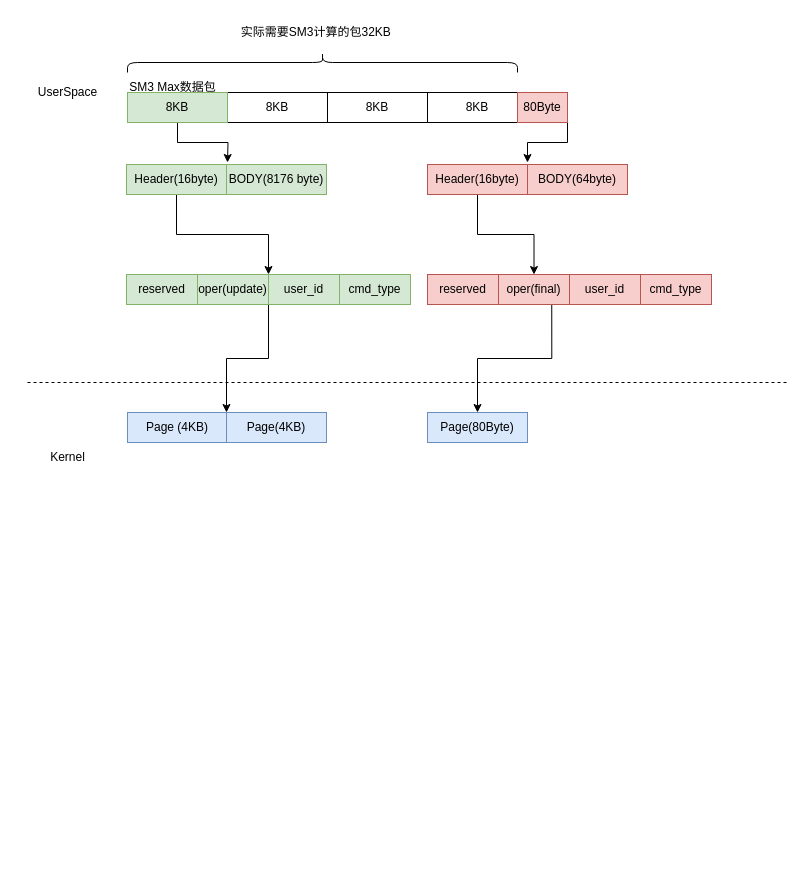
Before: serica/SM3.drawio in easycody/draw.io, a draw.io diagram. Source tidied: cells renumbered, new cells numbered last; positions are measured from the earlier drawing's top-left corner, leaving out a move shared by most shapes. Both pictures are drawn from the tidied source at 100%, with x=0, y=0 at pixel (27, -133).
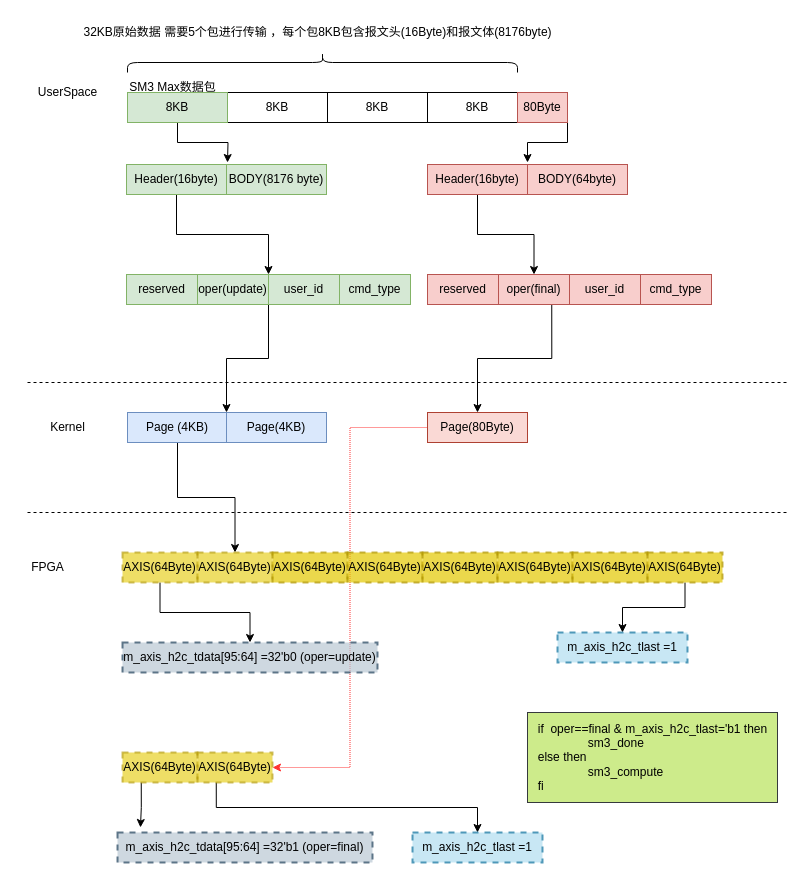
After the change.

Unchanged cells that the change refers to:
```xml
<mxCell id="31" value="Page (4KB)" style="rounded=0;whiteSpace=wrap;html=1;fillColor=#dae8fc;strokeColor=#6c8ebf;" parent="1" vertex="1">
  <mxGeometry x="100" y="545" width="100" height="30" as="geometry" />
</mxCell>
```

Diff of the diagram source:
```diff
@@
-    <mxCell id="8" value="实际需要SM3计算的包32KB&amp;nbsp;" style="text;html=1;align=center;verticalAlign=middle;strokeColor=none;fillColor=none;" parent="1" vertex="1">
-      <mxGeometry x="200" y="150" width="180" height="30" as="geometry" />
+    <mxCell id="8" value="32KB原始数据 需要5个包进行传输 ，每个包8KB包含报文头(16Byte)和报文体(8176byte)" style="text;html=1;align=center;verticalAlign=middle;strokeColor=none;fillColor=none;" parent="1" vertex="1">
+      <mxGeometry x="45" y="150" width="490" height="30" as="geometry" />
     </mxCell>
@@
     <mxCell id="30" value="Kernel" style="text;html=1;align=center;verticalAlign=middle;strokeColor=none;fillColor=none;" parent="1" vertex="1">
-      <mxGeometry x="10" y="575" width="60" height="30" as="geometry" />
+      <mxGeometry x="10" y="545" width="60" height="30" as="geometry" />
     </mxCell>
+    <mxCell id="35" style="edgeStyle=orthogonalEdgeStyle;rounded=0;jettySize=auto;html=1;" parent="1" edge="1" source="31" target="41">
+      <mxGeometry relative="1" as="geometry" />
+    </mxCell>
@@
+    <mxCell id="36" style="edgeStyle=orthogonalEdgeStyle;rounded=0;jettySize=auto;html=1;entryX=1;entryY=0.5;entryDx=0;entryDy=0;dashed=1;dashPattern=1 1;strokeColor=#FF3333;" parent="1" edge="1" source="34" target="54">
+      <mxGeometry relative="1" as="geometry" />
+    </mxCell>
-    <mxCell id="34" value="Page(80Byte)" style="rounded=0;whiteSpace=wrap;html=1;fillColor=#dae8fc;strokeColor=#6c8ebf;" parent="1" vertex="1">
+    <mxCell id="34" value="Page(80Byte)" style="rounded=0;whiteSpace=wrap;html=1;fillColor=#fad9d5;strokeColor=#ae4132;" parent="1" vertex="1">
       <mxGeometry x="400" y="545" width="100" height="30" as="geometry" />
     </mxCell>
+    <mxCell id="37" style="endArrow=none;dashed=1;html=1;rounded=0;" parent="1" edge="1">
+      <mxGeometry relative="1" as="geometry">
+        <mxPoint y="645" as="sourcePoint" />
+        <mxPoint x="760" y="645" as="targetPoint" />
+      </mxGeometry>
+    </mxCell>
+    <mxCell id="38" value="FPGA" style="text;html=1;align=center;verticalAlign=middle;strokeColor=none;fillColor=none;" parent="1" vertex="1">
+      <mxGeometry x="-10" y="685" width="60" height="30" as="geometry" />
+    </mxCell>
+    <mxCell id="39" style="edgeStyle=orthogonalEdgeStyle;rounded=0;jettySize=auto;html=1;" parent="1" edge="1" source="40" target="50">
+      <mxGeometry relative="1" as="geometry" />
+    </mxCell>
+    <mxCell id="40" value="AXIS(64Byte)" style="rounded=0;whiteSpace=wrap;html=1;fillColor=#e3c800;strokeColor=#B09500;fontColor=#000000;dashed=1;strokeWidth=2;opacity=60;" parent="1" vertex="1">
+      <mxGeometry x="95" y="685" width="75" height="30" as="geometry" />
+    </mxCell>
+    <mxCell id="41" value="AXIS(64Byte)" style="rounded=0;whiteSpace=wrap;html=1;fillColor=#e3c800;strokeColor=#B09500;fontColor=#000000;dashed=1;strokeWidth=2;opacity=60;" parent="1" vertex="1">
+      <mxGeometry x="170" y="685" width="75" height="30" as="geometry" />
+    </mxCell>
+    <mxCell id="42" value="AXIS(64Byte)" style="rounded=0;whiteSpace=wrap;html=1;fillColor=#e3c800;strokeColor=#B09500;fontColor=#000000;dashed=1;strokeWidth=2;opacity=70;" parent="1" vertex="1">
+      <mxGeometry x="245" y="685" width="75" height="30" as="geometry" />
+    </mxCell>
+    <mxCell id="43" value="AXIS(64Byte)" style="rounded=0;whiteSpace=wrap;html=1;fillColor=#e3c800;strokeColor=#B09500;fontColor=#000000;dashed=1;strokeWidth=2;opacity=70;" parent="1" vertex="1">
+      <mxGeometry x="320" y="685" width="75" height="30" as="geometry" />
+    </mxCell>
+    <mxCell id="44" value="AXIS(64Byte)" style="rounded=0;whiteSpace=wrap;html=1;fillColor=#e3c800;strokeColor=#B09500;fontColor=#000000;dashed=1;strokeWidth=2;opacity=70;" parent="1" vertex="1">
+      <mxGeometry x="395" y="685" width="75" height="30" as="geometry" />
+    </mxCell>
+    <mxCell id="45" value="AXIS(64Byte)" style="rounded=0;whiteSpace=wrap;html=1;fillColor=#e3c800;strokeColor=#B09500;fontColor=#000000;dashed=1;strokeWidth=2;opacity=70;" parent="1" vertex="1">
+      <mxGeometry x="470" y="685" width="75" height="30" as="geometry" />
+    </mxCell>
+    <mxCell id="46" value="AXIS(64Byte)" style="rounded=0;whiteSpace=wrap;html=1;fillColor=#e3c800;strokeColor=#B09500;fontColor=#000000;dashed=1;strokeWidth=2;opacity=70;" parent="1" vertex="1">
+      <mxGeometry x="545" y="685" width="75" height="30" as="geometry" />
+    </mxCell>
+    <mxCell id="47" style="edgeStyle=orthogonalEdgeStyle;rounded=0;jettySize=auto;html=1;" parent="1" edge="1" source="48" target="49">
+      <mxGeometry relative="1" as="geometry" />
+    </mxCell>
+    <mxCell id="48" value="AXIS(64Byte)" style="rounded=0;whiteSpace=wrap;html=1;fillColor=#e3c800;strokeColor=#B09500;fontColor=#000000;dashed=1;strokeWidth=2;opacity=70;" parent="1" vertex="1">
+      <mxGeometry x="620" y="685" width="75" height="30" as="geometry" />
+    </mxCell>
+    <mxCell id="49" value="m_axis_h2c_tlast =1" style="rounded=0;whiteSpace=wrap;html=1;dashed=1;strokeWidth=2;opacity=70;fillColor=#b1ddf0;strokeColor=#10739e;" parent="1" vertex="1">
+      <mxGeometry x="530" y="765" width="130" height="30" as="geometry" />
+    </mxCell>
+    <mxCell id="50" value="m_axis_h2c_tdata[95:64] =32'b0 (oper=update)" style="rounded=0;whiteSpace=wrap;html=1;dashed=1;strokeWidth=2;opacity=70;fillColor=#bac8d3;strokeColor=#23445d;" parent="1" vertex="1">
+      <mxGeometry x="95" y="775" width="255" height="30" as="geometry" />
+    </mxCell>
+    <mxCell id="51" style="edgeStyle=orthogonalEdgeStyle;rounded=0;jettySize=auto;html=1;exitX=0.25;exitY=1;exitDx=0;exitDy=0;entryX=0.09;entryY=-0.167;entryDx=0;entryDy=0;entryPerimeter=0;" parent="1" edge="1" source="52" target="55">
+      <mxGeometry relative="1" as="geometry" />
+    </mxCell>
+    <mxCell id="52" value="AXIS(64Byte)" style="rounded=0;whiteSpace=wrap;html=1;fillColor=#e3c800;strokeColor=#B09500;fontColor=#000000;dashed=1;strokeWidth=2;opacity=60;" parent="1" vertex="1">
+      <mxGeometry x="95" y="885" width="75" height="30" as="geometry" />
+    </mxCell>
+    <mxCell id="53" style="edgeStyle=orthogonalEdgeStyle;rounded=0;jettySize=auto;html=1;exitX=0.25;exitY=1;exitDx=0;exitDy=0;" parent="1" edge="1" source="54" target="56">
+      <mxGeometry relative="1" as="geometry" />
+    </mxCell>
+    <mxCell id="54" value="AXIS(64Byte)" style="rounded=0;whiteSpace=wrap;html=1;fillColor=#e3c800;strokeColor=#B09500;fontColor=#000000;dashed=1;strokeWidth=2;opacity=60;" parent="1" vertex="1">
+      <mxGeometry x="170" y="885" width="75" height="30" as="geometry" />
+    </mxCell>
+    <mxCell id="55" value="m_axis_h2c_tdata[95:64] =32'b1 (oper=final)" style="rounded=0;whiteSpace=wrap;html=1;dashed=1;strokeWidth=2;opacity=70;fillColor=#bac8d3;strokeColor=#23445d;" parent="1" vertex="1">
+      <mxGeometry x="90" y="965" width="255" height="30" as="geometry" />
+    </mxCell>
+    <mxCell id="56" value="m_axis_h2c_tlast =1" style="rounded=0;whiteSpace=wrap;html=1;dashed=1;strokeWidth=2;opacity=70;fillColor=#b1ddf0;strokeColor=#10739e;" parent="1" vertex="1">
+      <mxGeometry x="385" y="965" width="130" height="30" as="geometry" />
+    </mxCell>
+    <mxCell id="57" value="&lt;div style=&quot;text-align: left;&quot;&gt;&lt;span style=&quot;background-color: initial;&quot;&gt;if&amp;nbsp; oper==final &amp;amp; m_axis_h2c_tlast='b1 then&lt;/span&gt;&lt;/div&gt;&lt;div style=&quot;text-align: left;&quot;&gt;&lt;span style=&quot;background-color: initial;&quot;&gt;&amp;nbsp; &amp;nbsp; &amp;nbsp; &amp;nbsp; &amp;nbsp; &amp;nbsp; &amp;nbsp; &amp;nbsp;sm3_done&lt;/span&gt;&lt;/div&gt;&lt;div style=&quot;text-align: left;&quot;&gt;&lt;span style=&quot;background-color: initial;&quot;&gt;else then&lt;/span&gt;&lt;/div&gt;&lt;div style=&quot;text-align: left;&quot;&gt;&lt;span style=&quot;background-color: initial;&quot;&gt;&amp;nbsp; &amp;nbsp; &amp;nbsp; &amp;nbsp; &amp;nbsp; &amp;nbsp; &amp;nbsp; &amp;nbsp;sm3_compute&lt;/span&gt;&lt;/div&gt;&lt;div style=&quot;text-align: left;&quot;&gt;&lt;span style=&quot;background-color: initial;&quot;&gt;fi&lt;/span&gt;&lt;/div&gt;" style="text;html=1;align=center;verticalAlign=middle;fillColor=#cdeb8b;strokeColor=#36393d;" parent="1" vertex="1">
+      <mxGeometry x="500" y="845" width="250" height="90" as="geometry" />
+    </mxCell>
```
